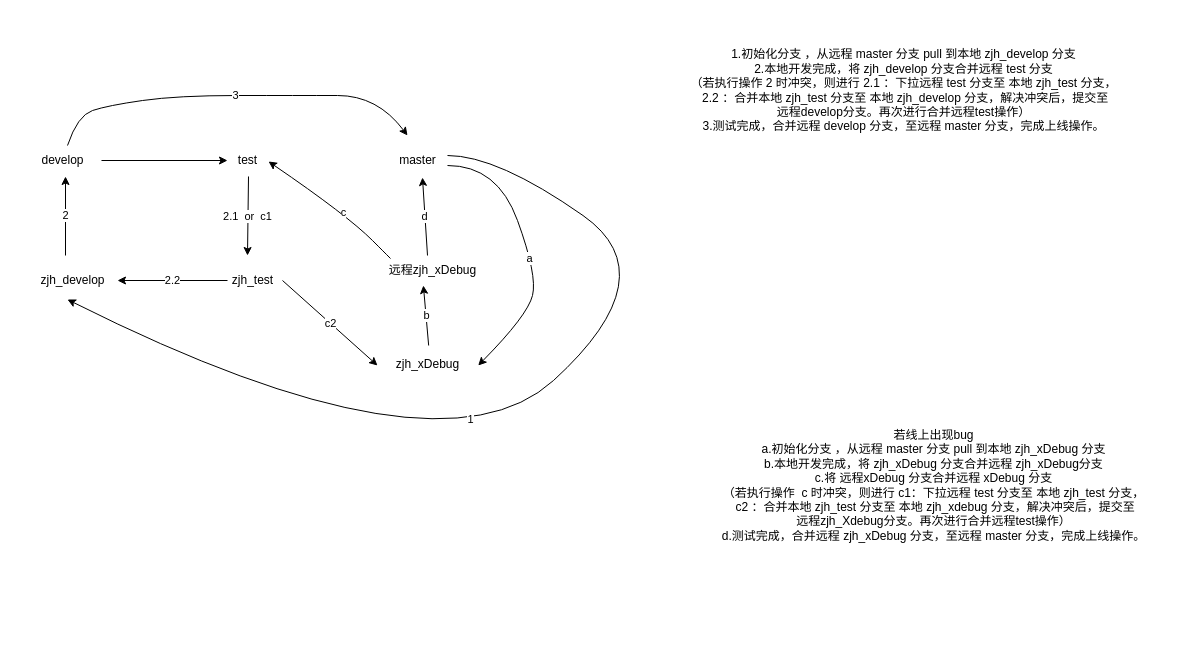
This is 未命名绘图.drawio from zjh-zhao/zjh, a draw.io file, before an edit. Source tidied: cells renumbered, new cells numbered last; positions are measured from the earlier drawing's top-left corner, leaving out a move shared by most shapes. Both pictures are drawn from the tidied source at 100%, with x=0, y=0 at pixel (27, 40).
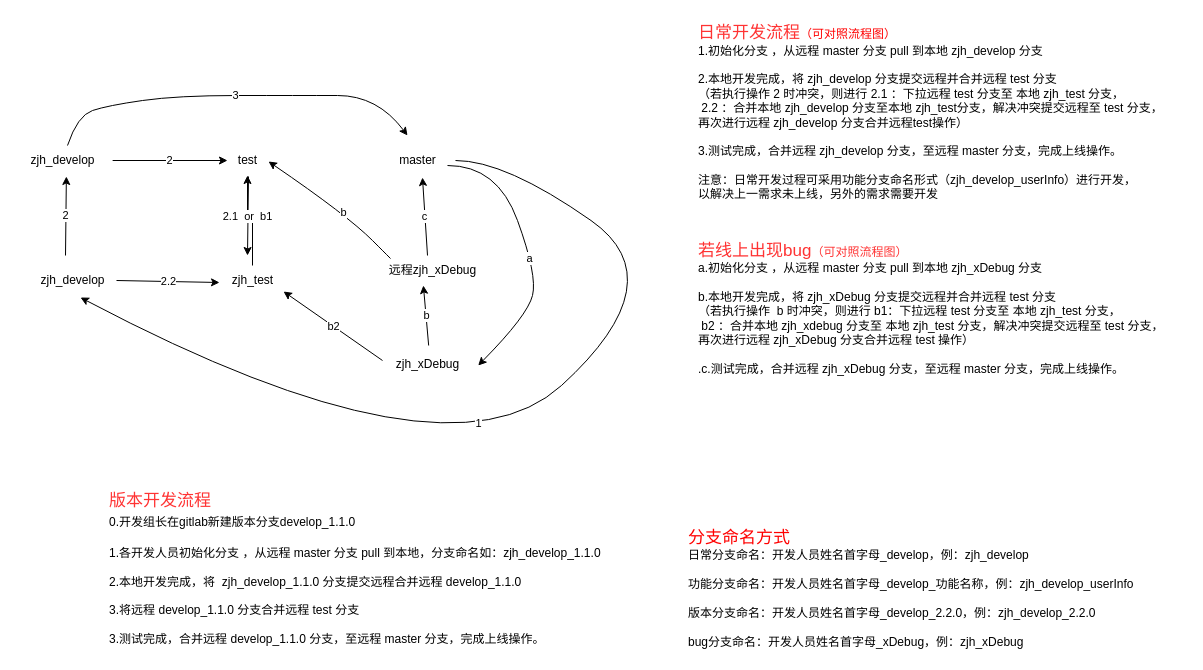
The same diagram, later.

Commit message:
git开发流程图.drawio

The change refers to these unchanged cells:
```xml
<mxCell id="3" value="test" style="text;html=1;align=center;verticalAlign=middle;points=[];strokeColor=none;fillColor=none;" parent="1" vertex="1">
  <mxGeometry x="200" y="105" width="40" height="30" as="geometry" />
</mxCell>
<mxCell id="4" value="master" style="text;html=1;align=center;verticalAlign=middle;points=[];strokeColor=none;fillColor=none;" parent="1" vertex="1">
  <mxGeometry x="360" y="105" width="60" height="30" as="geometry" />
</mxCell>
<mxCell id="5" value="zjh_develop" style="text;html=1;align=center;verticalAlign=middle;points=[];strokeColor=none;fillColor=none;" parent="1" vertex="1">
  <mxGeometry y="225" width="90" height="30" as="geometry" />
</mxCell>
<mxCell id="6" value="zjh_test" style="text;html=1;align=center;verticalAlign=middle;points=[];strokeColor=none;fillColor=none;" parent="1" vertex="1">
  <mxGeometry x="195" y="225" width="60" height="30" as="geometry" />
</mxCell>
<mxCell id="17" value="zjh_xDebug" style="text;html=1;align=center;verticalAlign=middle;points=[];strokeColor=none;fillColor=none;" parent="1" vertex="1">
  <mxGeometry x="355" y="309" width="90" height="30" as="geometry" />
</mxCell>
```

The edit, as a diff of the source:
```diff
@@
-    <mxCell id="2" value="develop" style="text;html=1;align=center;verticalAlign=middle;points=[];" parent="1" vertex="1">
-      <mxGeometry y="105" width="70" height="30" as="geometry" />
+    <mxCell id="2" value="zjh_develop" style="text;html=1;align=center;verticalAlign=middle;points=[];" parent="1" vertex="1">
+      <mxGeometry x="-10" y="105" width="90" height="30" as="geometry" />
     </mxCell>
@@
+    <mxCell id="24" style="edgeStyle=orthogonalEdgeStyle;rounded=0;jettySize=auto;html=1;" parent="1" edge="1" source="6" target="3">
+      <mxGeometry relative="1" as="geometry" />
+    </mxCell>
@@
-    <mxCell id="8" value="2.1&amp;nbsp; or&amp;nbsp; c1" style="endArrow=classic;html=1;rounded=0;exitX=0.525;exitY=1.033;exitDx=0;exitDy=0;exitPerimeter=0;" parent="1" edge="1" source="3">
+    <mxCell id="8" value="2.1&amp;nbsp; or&amp;nbsp; b1" style="endArrow=classic;html=1;rounded=0;exitX=0.525;exitY=1.033;exitDx=0;exitDy=0;exitPerimeter=0;" parent="1" edge="1" source="3">
       <mxGeometry x="0.01" relative="1" as="geometry">
         <mxPoint x="220" y="215" as="targetPoint" />
       </mxGeometry>
     </mxCell>
@@
-    <mxCell id="11" value="c2" style="endArrow=classic;html=1;rounded=0;exitX=1;exitY=0.5;exitDx=0;exitDy=0;exitPerimeter=0;" parent="1" edge="1" source="6">
-      <mxGeometry relative="1" as="geometry">
-        <mxPoint x="350" y="325" as="targetPoint" />
-      </mxGeometry>
+    <mxCell id="11" value="b2" style="endArrow=classic;html=1;rounded=0;exitX=0;exitY=0.367;exitDx=0;exitDy=0;exitPerimeter=0;entryX=1.017;entryY=0.867;entryDx=0;entryDy=0;entryPerimeter=0;" parent="1" edge="1" source="17" target="6">
+      <mxGeometry relative="1" as="geometry" />
     </mxCell>
-    <mxCell id="12" value="c" style="curved=1;endArrow=classic;html=1;rounded=0;entryX=1.025;entryY=0.533;entryDx=0;entryDy=0;entryPerimeter=0;" parent="1" edge="1" target="3">
+    <mxCell id="12" value="b" style="curved=1;endArrow=classic;html=1;rounded=0;entryX=1.025;entryY=0.533;entryDx=0;entryDy=0;entryPerimeter=0;" parent="1" edge="1" target="3">
       <mxGeometry relative="1" as="geometry">
         <mxPoint x="360" y="215" as="sourcePoint" />
         <Array as="points">
           <mxPoint x="370" y="225" />
           <mxPoint x="320" y="175" />
         </Array>
       </mxGeometry>
     </mxCell>
-    <mxCell id="13" style="endArrow=classic;html=1;rounded=0;exitX=1.057;exitY=0.5;exitDx=0;exitDy=0;exitPerimeter=0;" parent="1" edge="1" source="2" target="3">
+    <mxCell id="13" value="2" style="endArrow=classic;html=1;rounded=0;exitX=1.057;exitY=0.5;exitDx=0;exitDy=0;exitPerimeter=0;" parent="1" edge="1" source="2" target="3">
       <mxGeometry relative="1" as="geometry" />
     </mxCell>
-    <mxCell id="14" value="2.2" style="endArrow=classic;html=1;rounded=0;entryX=1;entryY=0.5;entryDx=0;entryDy=0;entryPerimeter=0;" parent="1" edge="1" target="5">
+    <mxCell id="14" value="2.2" style="endArrow=classic;html=1;rounded=0;verticalAlign=middle;horizontal=1;entryX=-0.05;entryY=0.567;entryDx=0;entryDy=0;entryPerimeter=0;" parent="1" edge="1" target="6">
       <mxGeometry relative="1" as="geometry">
-        <mxPoint x="200" y="240" as="sourcePoint" />
+        <mxPoint x="89" y="240" as="sourcePoint" />
       </mxGeometry>
     </mxCell>
-    <mxCell id="15" value="1.初始化分支 ，从远程 master 分支 pull 到本地 zjh_develop 分支&lt;br&gt;2.本地开发完成，将 zjh_develop 分支合并远程 test 分支&lt;br&gt;（若执行操作 2 时冲突，则进行 2.1 ：下拉远程 test 分支至 本地 zjh_test 分支，&lt;br&gt;&amp;nbsp;2.2 ：合并本地 zjh_test 分支至 本地 zjh_develop 分支，解决冲突后，提交至&lt;br&gt;远程develop分支。再次进行合并远程test操作）&lt;br&gt;3.测试完成，合并远程 develop 分支，至远程 master 分支，完成上线操作。" style="text;html=1;align=center;verticalAlign=middle;strokeColor=none;fillColor=none;" parent="1" vertex="1">
-      <mxGeometry x="651" width="450" height="100" as="geometry" />
+    <mxCell id="15" value="&lt;font color=&quot;#ff3333&quot; style=&quot;font-size: 17px;&quot;&gt;日常开发流程&lt;/font&gt;&lt;font color=&quot;#ff0000&quot;&gt;（可对照流程图）&lt;/font&gt;&lt;font color=&quot;#ff3333&quot; style=&quot;font-size: 17px;&quot;&gt;&lt;br&gt;&lt;/font&gt;1.初始化分支 ，从远程 master 分支 pull 到本地 zjh_develop 分支&lt;br&gt;&lt;br&gt;2.本地开发完成，将 zjh_develop 分支提交远程并合并远程 test 分支&lt;br&gt;（若执行操作 2 时冲突，则进行 2.1 ：下拉远程 test 分支至 本地&amp;nbsp;zjh_test 分支，&lt;br&gt;&amp;nbsp;2.2 ：合并本地 zjh_develop&amp;nbsp;分支至本地&amp;nbsp;zjh_test分支，解决冲突提交远程至 test 分支，&lt;br&gt;再次进行远程 zjh_develop&amp;nbsp;分支合并远程test操作）&lt;br&gt;&lt;br&gt;3.测试完成，合并远程 zjh_develop&amp;nbsp;分支，至远程 master 分支，完成上线操作。&lt;br&gt;&lt;br&gt;注意：日常开发过程可采用功能分支命名形式（zjh_develop_userInfo）进行开发，&lt;br&gt;以解决上一需求未上线，另外的需求需要开发" style="text;html=1;align=left;verticalAlign=middle;strokeColor=none;fillColor=none;" parent="1" vertex="1">
+      <mxGeometry x="669" y="-23" width="490" height="190" as="geometry" />
     </mxCell>
-    <mxCell id="16" value="若线上出现bug&lt;br&gt;a.初始化分支 ，从远程 master 分支 pull 到本地 zjh_xDebug&amp;nbsp;分支&lt;br&gt;b.本地开发完成，将 zjh_xDebug 分支合并远程 zjh_xDebug分支&lt;br&gt;c.将 远程xDebug 分支合并远程 xDebug 分支&lt;br style=&quot;border-color: var(--border-color);&quot;&gt;（若执行操作&amp;nbsp; c 时冲突，则进行 c1：下拉远程 test 分支至 本地 zjh_test 分支，&lt;br&gt;&amp;nbsp;c2 ：合并本地 zjh_test 分支至 本地 zjh_xdebug 分支，解决冲突后，提交至&lt;br&gt;远程zjh_Xdebug分支。再次进行合并远程test操作）&lt;br&gt;d.测试完成，合并远程 zjh_xDebug 分支，至远程 master 分支，完成上线操作。" style="text;html=1;align=center;verticalAlign=middle;strokeColor=none;fillColor=none;" parent="1" vertex="1">
-      <mxGeometry x="681" y="380" width="450" height="130" as="geometry" />
+    <mxCell id="16" value="&lt;font color=&quot;#ff3333&quot; style=&quot;font-size: 17px;&quot;&gt;若线上出现bug&lt;/font&gt;&lt;font color=&quot;#ff3333&quot;&gt;（可对照流程图）&lt;/font&gt;&lt;font color=&quot;#ff3333&quot; style=&quot;font-size: 17px;&quot;&gt;&lt;br&gt;&lt;/font&gt;a.初始化分支 ，从远程 master 分支 pull 到本地 zjh_xDebug&amp;nbsp;分支&lt;br&gt;&lt;br&gt;b.本地开发完成，将 zjh_xDebug 分支提交远程并合并远程 test 分支&lt;br&gt;（若执行操作&amp;nbsp; b 时冲突，则进行 b1：下拉远程 test 分支至 本地&amp;nbsp;zjh_test 分支，&lt;br&gt;&amp;nbsp;b2 ：合并本地 zjh_xdebug&amp;nbsp;分支至 本地&amp;nbsp;zjh_test 分支，解决冲突提交远程至 test 分支，&lt;br&gt;再次进行远程 zjh_xDebug&amp;nbsp;分支合并远程 test 操作）&lt;br&gt;&lt;br&gt;.c.测试完成，合并远程 zjh_xDebug 分支，至远程 master 分支，完成上线操作。" style="text;html=1;align=left;verticalAlign=middle;strokeColor=none;fillColor=none;" parent="1" vertex="1">
+      <mxGeometry x="669" y="193" width="490" height="150" as="geometry" />
     </mxCell>
@@
-    <mxCell id="21" value="d" style="endArrow=classic;html=1;rounded=0;entryX=0.583;entryY=1.067;entryDx=0;entryDy=0;entryPerimeter=0;" parent="1" edge="1" target="4">
+    <mxCell id="21" value="c" style="endArrow=classic;html=1;rounded=0;entryX=0.583;entryY=1.067;entryDx=0;entryDy=0;entryPerimeter=0;" parent="1" edge="1" target="4">
       <mxGeometry relative="1" as="geometry">
         <mxPoint x="400" y="215" as="sourcePoint" />
       </mxGeometry>
     </mxCell>
-    <mxCell id="22" style="curved=1;endArrow=classic;html=1;rounded=0;entryX=0.444;entryY=1.133;entryDx=0;entryDy=0;entryPerimeter=0;" parent="1" edge="1" target="5">
+    <mxCell id="22" style="curved=1;endArrow=classic;html=1;rounded=0;entryX=0.589;entryY=1.067;entryDx=0;entryDy=0;entryPerimeter=0;" parent="1" edge="1" target="5">
       <mxGeometry relative="1" as="geometry">
-        <mxPoint x="420" y="115" as="sourcePoint" />
+        <mxPoint x="428" y="120" as="sourcePoint" />
         <Array as="points">
-          <mxPoint x="470" y="115" />
-          <mxPoint x="641" y="235" />
-          <mxPoint x="411" y="445" />
+          <mxPoint x="478" y="120" />
+          <mxPoint x="649" y="240" />
+          <mxPoint x="419" y="450" />
         </Array>
       </mxGeometry>
     </mxCell>
@@
+    <mxCell id="25" value="&lt;div style=&quot;text-align: left;&quot;&gt;&lt;span style=&quot;font-size: 17px; color: rgb(255, 51, 51); background-color: initial;&quot;&gt;版本开发流程&lt;/span&gt;&lt;/div&gt;&lt;font color=&quot;#ff3333&quot; style=&quot;font-size: 17px;&quot;&gt;&lt;div style=&quot;text-align: left;&quot;&gt;&lt;span style=&quot;background-color: initial; color: rgb(0, 0, 0); font-size: 12px;&quot;&gt;0.开发组长在gitlab新建版本分支develop_1.1.0&lt;/span&gt;&lt;/div&gt;&lt;/font&gt;&lt;div style=&quot;text-align: left;&quot;&gt;&lt;br&gt;&lt;/div&gt;&lt;div style=&quot;text-align: left;&quot;&gt;&lt;span style=&quot;background-color: initial;&quot;&gt;1.各开发人员初始化分支 ，从远程 master 分支 pull 到本地，分支命名如：zjh_develop_1.1.0&amp;nbsp;&lt;/span&gt;&lt;/div&gt;&lt;div style=&quot;text-align: left;&quot;&gt;&lt;br&gt;&lt;/div&gt;&lt;div style=&quot;text-align: left;&quot;&gt;&lt;span style=&quot;background-color: initial;&quot;&gt;2.本地开发完成，将&amp;nbsp; zjh_develop_1.1.0 分支提交远程合并远程 develop_1.1.0&amp;nbsp;&lt;/span&gt;&lt;/div&gt;&lt;div style=&quot;text-align: left;&quot;&gt;&lt;br&gt;&lt;/div&gt;&lt;div style=&quot;text-align: left;&quot;&gt;&lt;span style=&quot;background-color: initial;&quot;&gt;3.将远程 develop_1.1.0 分支合并远程 test 分支&lt;/span&gt;&lt;/div&gt;&lt;div style=&quot;text-align: left;&quot;&gt;&lt;br&gt;&lt;/div&gt;&lt;div style=&quot;text-align: left;&quot;&gt;&lt;span style=&quot;background-color: initial;&quot;&gt;3.测试完成，合并远程 develop_1.1.0 分支，至远程 master 分支，完成上线操作。&lt;/span&gt;&lt;/div&gt;" style="text;html=1;align=center;verticalAlign=middle;strokeColor=none;fillColor=none;" parent="1" vertex="1">
+      <mxGeometry x="69" y="443" width="520" height="170" as="geometry" />
+    </mxCell>
+    <mxCell id="26" value="&lt;div style=&quot;&quot;&gt;&lt;span style=&quot;font-size: 17px; background-color: initial;&quot;&gt;&lt;font color=&quot;#ff0000&quot;&gt;分支命名方式&lt;/font&gt;&lt;/span&gt;&lt;/div&gt;&lt;div style=&quot;&quot;&gt;&lt;span style=&quot;background-color: initial;&quot;&gt;日常分支命名：开发人员姓名首字母_develop，例：zjh_develop&lt;/span&gt;&lt;/div&gt;&lt;div style=&quot;&quot;&gt;&lt;span style=&quot;background-color: initial;&quot;&gt;&lt;br&gt;&lt;/span&gt;&lt;/div&gt;功能分支命名：开发人员姓名首字母_develop_功能名称，例：zjh_develop_userInfo&lt;br&gt;&lt;br&gt;版本分支命名：开发人员姓名首字母_develop_2.2.0，例：zjh_develop_2.2.0&lt;br&gt;&lt;br&gt;bug分支命名：开发人员姓名首字母_xDebug，例：zjh_xDebug" style="text;html=1;align=left;verticalAlign=middle;strokeColor=none;fillColor=none;" parent="1" vertex="1">
+      <mxGeometry x="659" y="483" width="470" height="130" as="geometry" />
+    </mxCell>
```
